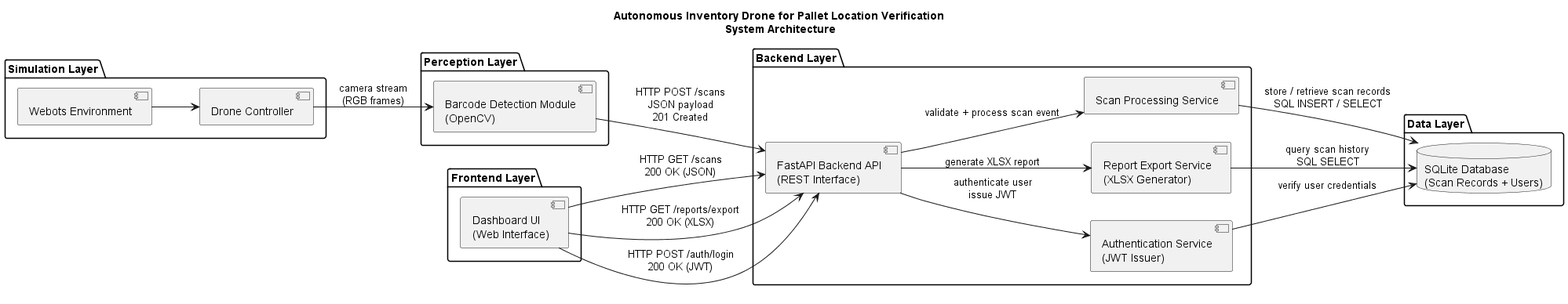
Earlier version of the PlantUML export docs/architecture/component_diagram.png (suchithgali/webots-sim).
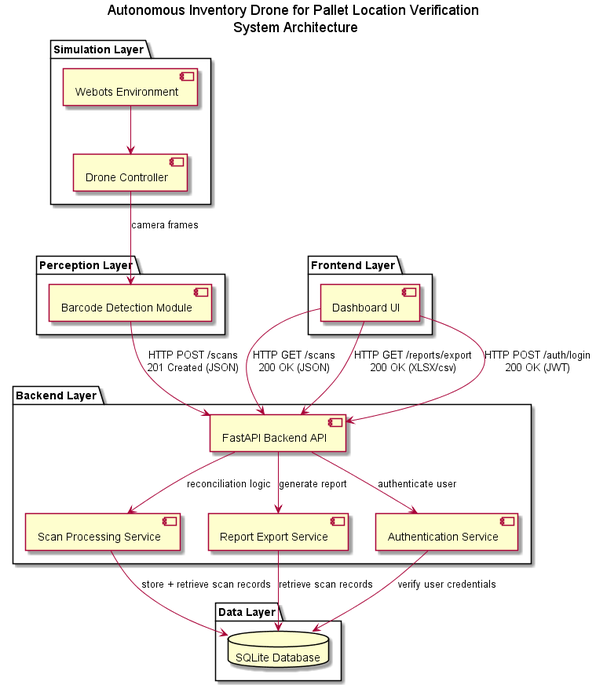
Above is the later version.

Commit message:
add rendered diagram to folder

Diff of the diagram source:
```diff
@@ -1,5 +1,5 @@
 @startuml
-left to right direction
+top to bottom direction
 
 title Autonomous Inventory Drone for Pallet Location Verification\n System Architecture
 
@@ -9,39 +9,39 @@
 }
 
 package "Perception Layer" {
-  component "Barcode Detection Module\n(OpenCV)" as BarcodeCV
+  component "Barcode Detection Module" as BarcodeCV
 }
 
 package "Frontend Layer" {
-  component "Dashboard UI\n(Web Interface)" as Frontend
+  component "Dashboard UI" as Frontend
 }
 
 package "Backend Layer" {
-  component "FastAPI Backend API\n(REST Interface)" as API
+  component "FastAPI Backend API" as API
   component "Scan Processing Service" as ScanService
-  component "Report Export Service\n(XLSX Generator)" as ExportService
-  component "Authentication Service\n(JWT Issuer)" as AuthService
+  component "Report Export Service" as ExportService
+  component "Authentication Service" as AuthService
 }
 
 package "Data Layer" {
-  database "SQLite Database\n(Scan Records + Users)" as DB
+  database "SQLite Database" as DB
 }
 
 Webots --> DroneController
-DroneController --> BarcodeCV : camera stream\n(RGB frames)
+DroneController --> BarcodeCV : camera frames\n
 
-BarcodeCV --> API : HTTP POST /scans\nJSON payload\n201 Created
+BarcodeCV --> API : HTTP POST /scans\n201 Created (JSON)
 
 Frontend --> API : HTTP GET /scans\n200 OK (JSON)
-Frontend --> API : HTTP GET /reports/export\n200 OK (XLSX)
+Frontend --> API : HTTP GET /reports/export\n200 OK (XLSX/csv)
 Frontend --> API : HTTP POST /auth/login\n200 OK (JWT)
 
-API --> ScanService : validate + process scan event
-API --> ExportService : generate XLSX report
-API --> AuthService : authenticate user\nissue JWT
+API --> ScanService : reconciliation logic
+API --> ExportService : generate report
+API --> AuthService : authenticate user
 
-ScanService --> DB : store / retrieve scan records\nSQL INSERT / SELECT
-ExportService --> DB : query scan history\nSQL SELECT
+ScanService --> DB : store + retrieve scan records
+ExportService --> DB : retrieve scan records
 AuthService --> DB : verify user credentials
 
 @enduml
```
